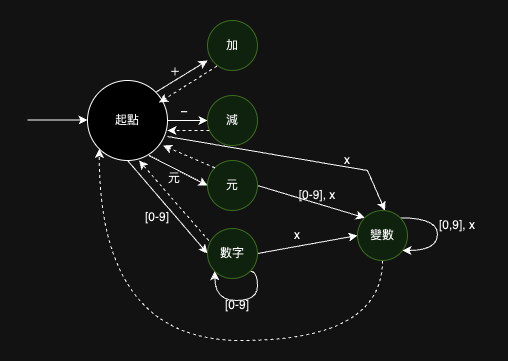
Above: book/image/零・一版分詞狀態機.png in MROS/compiler_tutorial (draw.io), before the change. Source tidied: cells renumbered, new cells last; positions are measured from the earlier drawing's top-left corner, leaving out a move shared by most shapes.
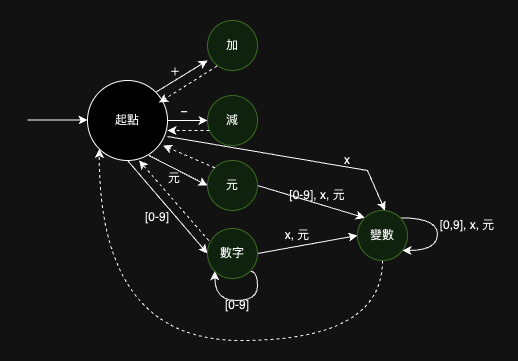
After the commit.

Commit message:
零・一版分詞實作

What changed in the source:
```diff
@@ -113,13 +113,13 @@
     <mxCell id="27" value="變數" style="ellipse;whiteSpace=wrap;html=1;fillColor=#d5e8d4;strokeColor=#82b366;" parent="1" vertex="1">
       <mxGeometry x="330" y="190" width="50" height="50" as="geometry" />
     </mxCell>
-    <mxCell id="28" value="[0,9], x" style="text;html=1;align=center;verticalAlign=middle;whiteSpace=wrap;rounded=0;" parent="1" vertex="1">
-      <mxGeometry x="400" y="190" width="60" height="30" as="geometry" />
+    <mxCell id="28" value="[0,9], x, 元" style="text;html=1;align=center;verticalAlign=middle;whiteSpace=wrap;rounded=0;" parent="1" vertex="1">
+      <mxGeometry x="410" y="190" width="60" height="30" as="geometry" />
     </mxCell>
-    <mxCell id="29" value="x" style="text;html=1;align=center;verticalAlign=middle;whiteSpace=wrap;rounded=0;" parent="1" vertex="1">
+    <mxCell id="29" value="x, 元" style="text;html=1;align=center;verticalAlign=middle;whiteSpace=wrap;rounded=0;" parent="1" vertex="1">
       <mxGeometry x="240" y="200" width="60" height="30" as="geometry" />
     </mxCell>
-    <mxCell id="30" value="[0-9], x" style="text;html=1;align=center;verticalAlign=middle;whiteSpace=wrap;rounded=0;" parent="1" vertex="1">
+    <mxCell id="30" value="[0-9], x, 元" style="text;html=1;align=center;verticalAlign=middle;whiteSpace=wrap;rounded=0;" parent="1" vertex="1">
       <mxGeometry x="260" y="160" width="60" height="30" as="geometry" />
     </mxCell>
     <mxCell id="31" value="x" style="text;html=1;align=center;verticalAlign=middle;whiteSpace=wrap;rounded=0;" parent="1" vertex="1">
```
